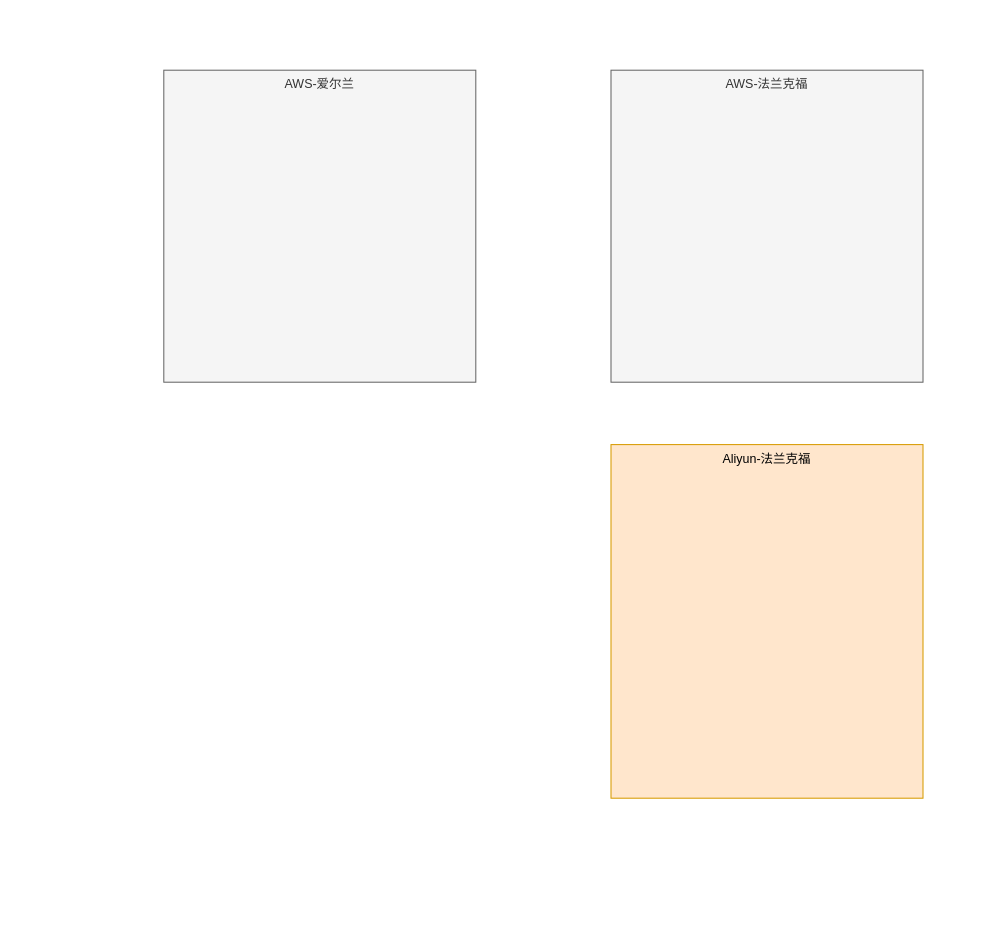
The draw.io diagram AWS同构迁移方案.drawio in catface996/images, before the edit. Source tidied: cells renumbered, new cells numbered last; positions are measured from the earlier drawing's top-left corner, leaving out a move shared by most shapes. Both pictures are drawn from the tidied source at 104%, with x=0, y=0 at pixel (163, 70).
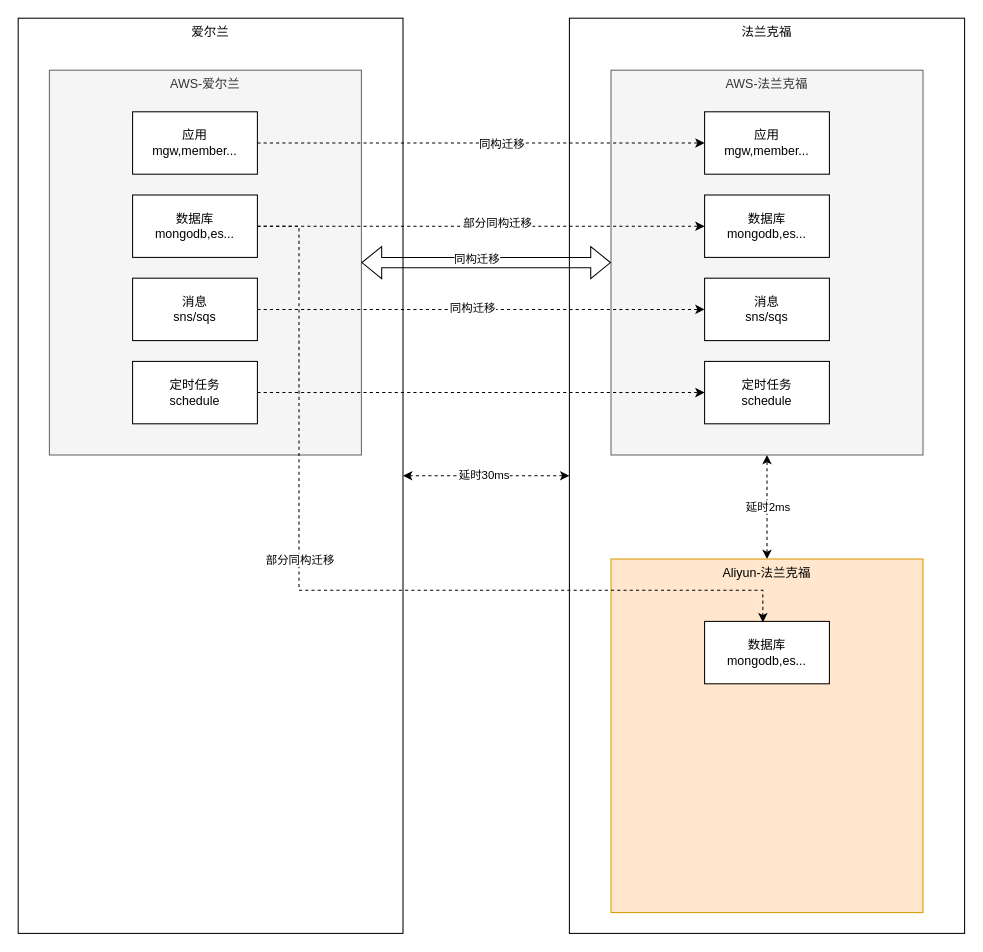
After the change.

Commit message (it also covers changes not shown here):
更新AWS同构迁移方案.drawio

Diff of the diagram source:
```diff
@@
+    <mxCell id="5" style="edgeStyle=orthogonalEdgeStyle;rounded=0;jettySize=auto;html=1;entryX=0;entryY=0.5;entryDx=0;entryDy=0;startArrow=classic;startFill=1;dashed=1;" parent="1" edge="1" source="7" target="8">
+      <mxGeometry relative="1" as="geometry" />
+    </mxCell>
+    <mxCell id="6" value="延时30ms" style="edgeLabel;html=1;align=center;verticalAlign=middle;" parent="5" vertex="1">
+      <mxGeometry x="-0.04" y="1" relative="1" as="geometry" />
+    </mxCell>
+    <mxCell id="7" value="爱尔兰" style="rounded=0;whiteSpace=wrap;html=1;verticalAlign=top;" parent="1" vertex="1">
+      <mxGeometry x="-140" y="-50" width="370" height="880" as="geometry" />
+    </mxCell>
+    <mxCell id="8" value="法兰克福" style="rounded=0;whiteSpace=wrap;html=1;verticalAlign=top;" parent="1" vertex="1">
+      <mxGeometry x="390" y="-50" width="380" height="880" as="geometry" />
+    </mxCell>
     <mxCell id="2" value="AWS-爱尔兰" style="rounded=0;whiteSpace=wrap;html=1;verticalAlign=top;fillColor=#f5f5f5;fontColor=#333333;strokeColor=#666666;" parent="1" vertex="1">
-      <mxGeometry width="300" height="300" as="geometry" />
+      <mxGeometry x="-110" width="300" height="370" as="geometry" />
     </mxCell>
     <mxCell id="3" value="AWS-法兰克福" style="rounded=0;whiteSpace=wrap;html=1;verticalAlign=top;fillColor=#f5f5f5;fontColor=#333333;strokeColor=#666666;" parent="1" vertex="1">
-      <mxGeometry x="430" width="300" height="300" as="geometry" />
+      <mxGeometry x="430" width="300" height="370" as="geometry" />
     </mxCell>
+    <mxCell id="9" style="edgeStyle=orthogonalEdgeStyle;rounded=0;jettySize=auto;html=1;entryX=0.5;entryY=1;entryDx=0;entryDy=0;strokeWidth=1;startArrow=classic;startFill=1;dashed=1;" parent="1" edge="1" source="4" target="3">
+      <mxGeometry relative="1" as="geometry" />
+    </mxCell>
+    <mxCell id="10" value="延时2ms" style="edgeLabel;html=1;align=center;verticalAlign=middle;" parent="9" vertex="1">
+      <mxGeometry x="0.02" relative="1" as="geometry" />
+    </mxCell>
     <mxCell id="4" value="Aliyun-法兰克福" style="rounded=0;whiteSpace=wrap;html=1;verticalAlign=top;fillColor=#ffe6cc;strokeColor=#d79b00;" parent="1" vertex="1">
-      <mxGeometry x="430" y="360" width="300" height="340" as="geometry" />
+      <mxGeometry x="430" y="470" width="300" height="340" as="geometry" />
     </mxCell>
+    <mxCell id="11" style="shape=flexArrow;endArrow=classic;startArrow=classic;html=1;rounded=0;strokeWidth=1;exitX=1;exitY=0.5;exitDx=0;exitDy=0;entryX=0;entryY=0.5;entryDx=0;entryDy=0;" parent="1" edge="1" source="2" target="3">
+      <mxGeometry relative="1" as="geometry" />
+    </mxCell>
+    <mxCell id="12" value="同构迁移" style="edgeLabel;html=1;align=center;verticalAlign=middle;" parent="11" vertex="1">
+      <mxGeometry x="-0.08" y="4" relative="1" as="geometry" />
+    </mxCell>
+    <mxCell id="13" style="edgeStyle=orthogonalEdgeStyle;rounded=0;jettySize=auto;html=1;entryX=0;entryY=0.5;entryDx=0;entryDy=0;dashed=1;strokeWidth=1;startArrow=none;startFill=0;" parent="1" edge="1" source="15" target="26">
+      <mxGeometry relative="1" as="geometry" />
+    </mxCell>
+    <mxCell id="14" value="同构迁移" style="edgeLabel;html=1;align=center;verticalAlign=middle;" parent="13" vertex="1">
+      <mxGeometry x="0.09" relative="1" as="geometry" />
+    </mxCell>
+    <mxCell id="15" value="应用&lt;br&gt;mgw,member..." style="rounded=0;whiteSpace=wrap;html=1;" parent="1" vertex="1">
+      <mxGeometry x="-30" y="40" width="120" height="60" as="geometry" />
+    </mxCell>
+    <mxCell id="16" style="edgeStyle=none;rounded=0;jettySize=auto;html=1;entryX=0;entryY=0.5;entryDx=0;entryDy=0;dashed=1;strokeWidth=1;startArrow=none;startFill=0;" parent="1" edge="1" source="18" target="29">
+      <mxGeometry relative="1" as="geometry" />
+    </mxCell>
+    <mxCell id="17" value="同构迁移" style="edgeLabel;html=1;align=center;verticalAlign=middle;" parent="16" vertex="1">
+      <mxGeometry x="-0.04" y="2" relative="1" as="geometry" />
+    </mxCell>
+    <mxCell id="18" value="消息&lt;br&gt;sns/sqs" style="rounded=0;whiteSpace=wrap;html=1;" parent="1" vertex="1">
+      <mxGeometry x="-30" y="200" width="120" height="60" as="geometry" />
+    </mxCell>
+    <mxCell id="19" style="edgeStyle=orthogonalEdgeStyle;rounded=0;jettySize=auto;html=1;entryX=0;entryY=0.5;entryDx=0;entryDy=0;dashed=1;strokeWidth=1;startArrow=none;startFill=0;" parent="1" edge="1" source="23" target="27">
+      <mxGeometry relative="1" as="geometry" />
+    </mxCell>
+    <mxCell id="20" value="部分同构迁移" style="edgeLabel;html=1;align=center;verticalAlign=middle;" parent="19" vertex="1">
+      <mxGeometry x="0.07" y="4" relative="1" as="geometry" />
+    </mxCell>
+    <mxCell id="21" style="rounded=0;jettySize=auto;html=1;entryX=0.467;entryY=0.017;entryDx=0;entryDy=0;entryPerimeter=0;dashed=1;strokeWidth=1;startArrow=none;startFill=0;exitX=1;exitY=0.5;exitDx=0;exitDy=0;edgeStyle=orthogonalEdgeStyle;" parent="1" edge="1" source="23" target="28">
+      <mxGeometry relative="1" as="geometry">
+        <Array as="points">
+          <mxPoint x="130" y="150" />
+          <mxPoint x="130" y="500" />
+          <mxPoint x="576" y="500" />
+        </Array>
+      </mxGeometry>
+    </mxCell>
+    <mxCell id="22" value="部分同构迁移" style="edgeLabel;html=1;align=center;verticalAlign=middle;" parent="21" vertex="1">
+      <mxGeometry x="-0.03" y="2" relative="1" as="geometry">
+        <mxPoint x="-31" y="-28" as="offset" />
+      </mxGeometry>
+    </mxCell>
+    <mxCell id="23" value="数据库&lt;br&gt;mongodb,es..." style="rounded=0;whiteSpace=wrap;html=1;" parent="1" vertex="1">
+      <mxGeometry x="-30" y="120" width="120" height="60" as="geometry" />
+    </mxCell>
+    <mxCell id="24" style="edgeStyle=none;rounded=0;jettySize=auto;html=1;entryX=0;entryY=0.5;entryDx=0;entryDy=0;dashed=1;strokeWidth=1;startArrow=none;startFill=0;" parent="1" edge="1" source="25" target="30">
+      <mxGeometry relative="1" as="geometry" />
+    </mxCell>
+    <mxCell id="25" value="定时任务&lt;br&gt;schedule" style="rounded=0;whiteSpace=wrap;html=1;" parent="1" vertex="1">
+      <mxGeometry x="-30" y="280" width="120" height="60" as="geometry" />
+    </mxCell>
+    <mxCell id="26" value="应用&lt;br&gt;mgw,member..." style="rounded=0;whiteSpace=wrap;html=1;" parent="1" vertex="1">
+      <mxGeometry x="520" y="40" width="120" height="60" as="geometry" />
+    </mxCell>
+    <mxCell id="27" value="数据库&lt;br&gt;mongodb,es..." style="rounded=0;whiteSpace=wrap;html=1;" parent="1" vertex="1">
+      <mxGeometry x="520" y="120" width="120" height="60" as="geometry" />
+    </mxCell>
+    <mxCell id="28" value="数据库&lt;br&gt;mongodb,es..." style="rounded=0;whiteSpace=wrap;html=1;" parent="1" vertex="1">
+      <mxGeometry x="520" y="530" width="120" height="60" as="geometry" />
+    </mxCell>
+    <mxCell id="29" value="消息&lt;br&gt;sns/sqs" style="rounded=0;whiteSpace=wrap;html=1;" parent="1" vertex="1">
+      <mxGeometry x="520" y="200" width="120" height="60" as="geometry" />
+    </mxCell>
+    <mxCell id="30" value="定时任务&lt;br&gt;schedule" style="rounded=0;whiteSpace=wrap;html=1;" parent="1" vertex="1">
+      <mxGeometry x="520" y="280" width="120" height="60" as="geometry" />
+    </mxCell>
```
